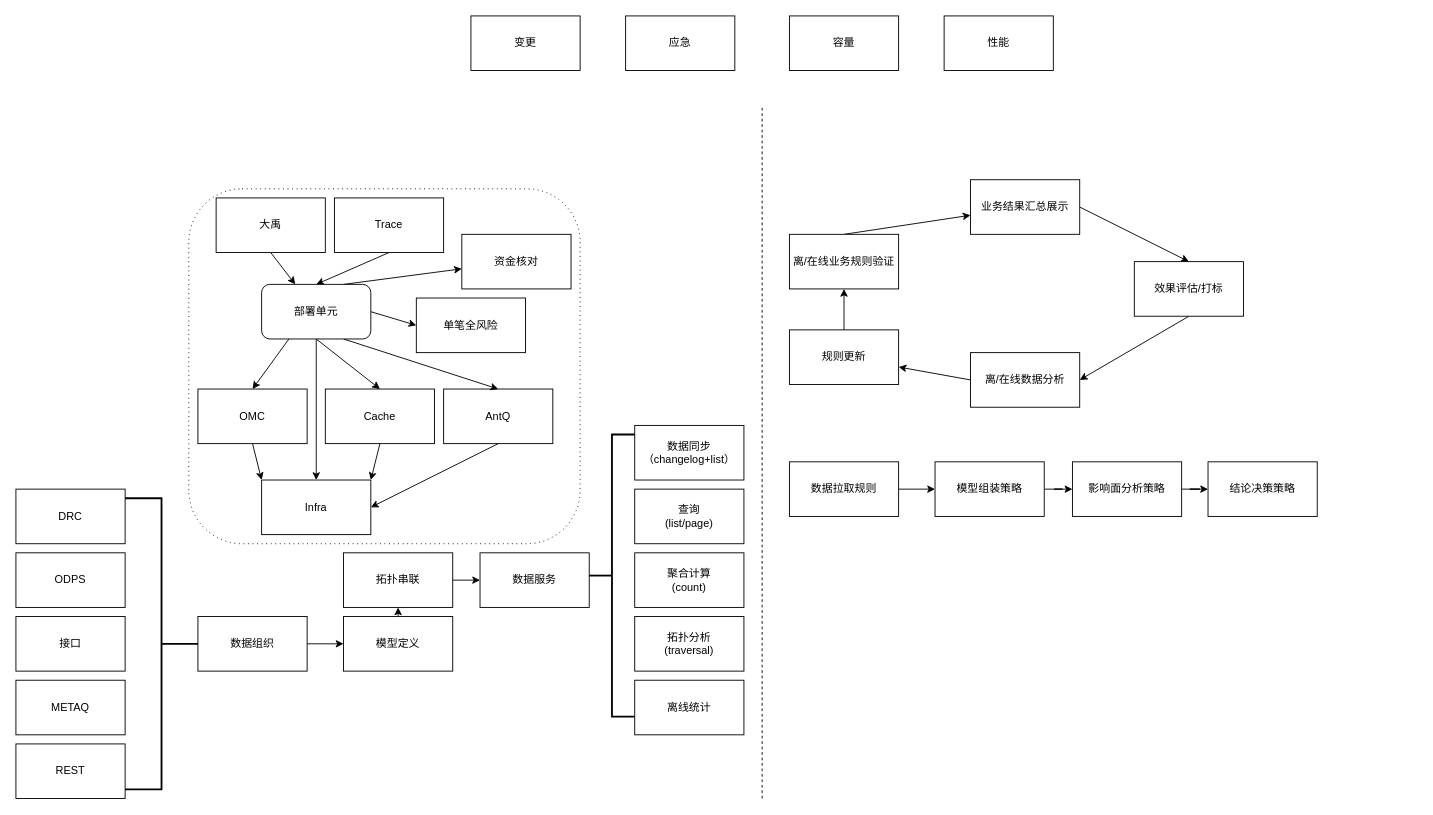
This is 蚂蚁金服/RMC/高可用基线&RMC共建方案.drawio from frankneu/draw.io, a draw.io file, before an edit. Source tidied: cells renumbered, new cells numbered last; positions are measured from the earlier drawing's top-left corner, leaving out a move shared by most shapes. Both pictures are drawn from the tidied source at 91%, with x=0, y=0 at pixel (15, 15).
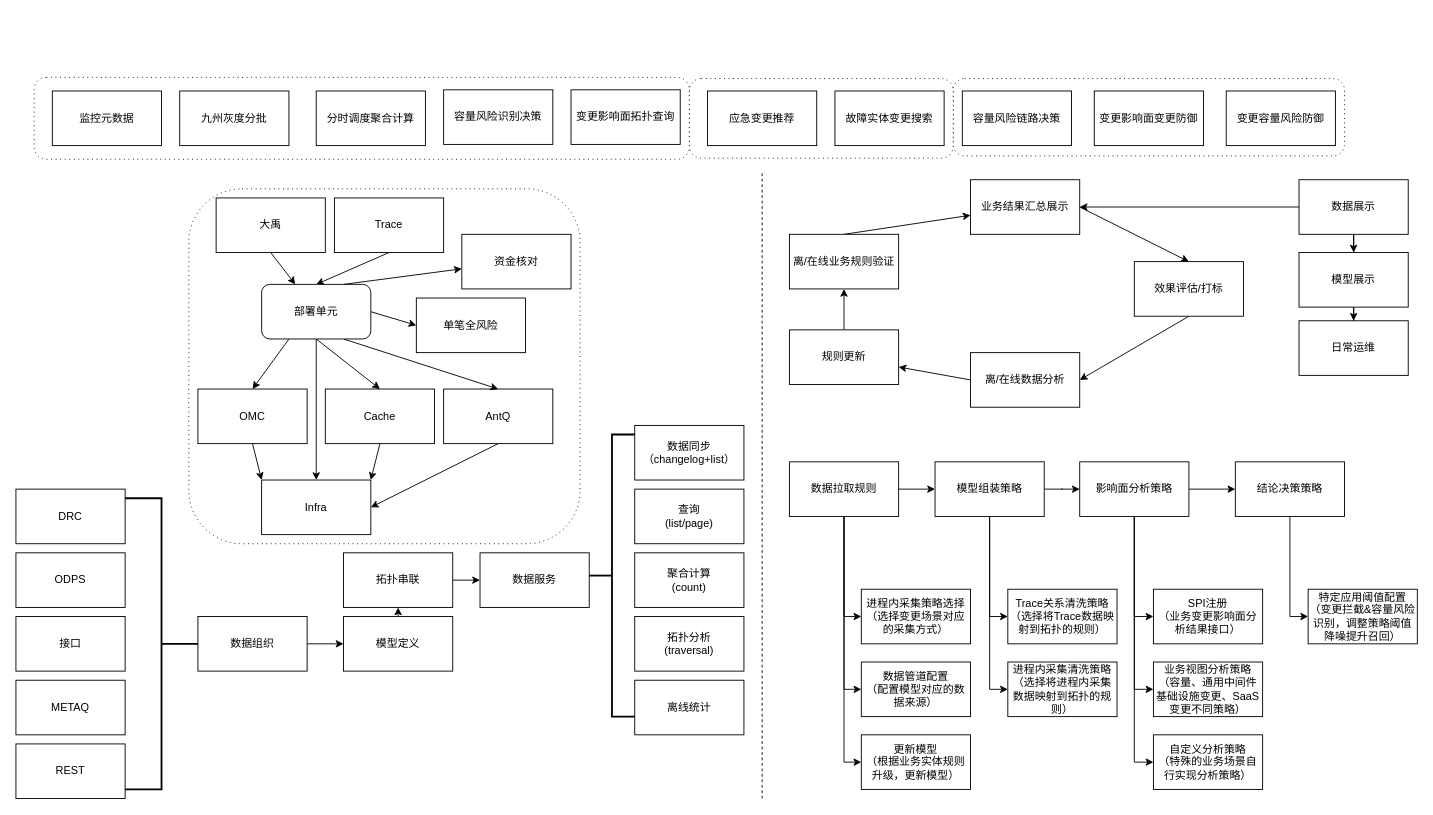
The same diagram, later.

Commit message (it also covers changes not shown here):
Update 高可用基线&RMC共建方案.drawio

Unchanged cells that the change refers to:
```xml
<mxCell id="47" value="业务结果汇总展示" style="rounded=0;whiteSpace=wrap;html=1;" parent="1" vertex="1">
  <mxGeometry x="1049" y="180" width="120" height="60" as="geometry" />
</mxCell>
<mxCell id="55" value="数据拉取规则" style="rounded=0;whiteSpace=wrap;html=1;" parent="1" vertex="1">
  <mxGeometry x="850" y="490" width="120" height="60" as="geometry" />
</mxCell>
<mxCell id="59" value="模型组装策略" style="rounded=0;whiteSpace=wrap;html=1;" parent="1" vertex="1">
  <mxGeometry x="1010" y="490" width="120" height="60" as="geometry" />
</mxCell>
```

The edit, as a diff of the source:
```diff
@@
+    <mxCell id="64" style="shape=ext;rounded=1;html=1;whiteSpace=wrap;dashed=1;dashPattern=1 4;" parent="1" vertex="1">
+      <mxGeometry x="1030" y="68.8" width="430" height="85" as="geometry" />
+    </mxCell>
+    <mxCell id="65" style="shape=ext;rounded=1;html=1;whiteSpace=wrap;dashed=1;dashPattern=1 4;" parent="1" vertex="1">
+      <mxGeometry x="740" y="68.8" width="290" height="87.5" as="geometry" />
+    </mxCell>
+    <mxCell id="66" style="shape=ext;rounded=1;html=1;whiteSpace=wrap;dashed=1;dashPattern=1 4;" parent="1" vertex="1">
+      <mxGeometry x="20" y="67.5" width="720" height="90" as="geometry" />
+    </mxCell>
@@
-    <mxCell id="3" value="变更" style="rounded=0;whiteSpace=wrap;html=1;" parent="1" vertex="1">
-      <mxGeometry x="500" width="120" height="60" as="geometry" />
+    <mxCell id="3" value="变更影响面变更防御" style="rounded=0;whiteSpace=wrap;html=1;" parent="1" vertex="1">
+      <mxGeometry x="1185" y="82.5" width="120" height="60" as="geometry" />
     </mxCell>
@@
     <mxCell id="42" style="endArrow=none;dashed=1;html=1;" parent="1" edge="1">
       <mxGeometry relative="1" as="geometry">
         <mxPoint x="820" y="860" as="sourcePoint" />
-        <mxPoint x="820" y="100" as="targetPoint" />
+        <mxPoint x="820" y="170" as="targetPoint" />
       </mxGeometry>
     </mxCell>
-    <mxCell id="43" value="应急" style="rounded=0;whiteSpace=wrap;html=1;" parent="1" vertex="1">
-      <mxGeometry x="670" width="120" height="60" as="geometry" />
+    <mxCell id="43" value="应急变更推荐" style="rounded=0;whiteSpace=wrap;html=1;" parent="1" vertex="1">
+      <mxGeometry x="760" y="82.5" width="120" height="60" as="geometry" />
     </mxCell>
-    <mxCell id="44" value="容量" style="rounded=0;whiteSpace=wrap;html=1;" parent="1" vertex="1">
-      <mxGeometry x="850" width="120" height="60" as="geometry" />
+    <mxCell id="44" value="容量风险链路决策" style="rounded=0;whiteSpace=wrap;html=1;" parent="1" vertex="1">
+      <mxGeometry x="1040" y="82.5" width="120" height="60" as="geometry" />
     </mxCell>
-    <mxCell id="45" value="性能" style="rounded=0;whiteSpace=wrap;html=1;" parent="1" vertex="1">
-      <mxGeometry x="1020" width="120" height="60" as="geometry" />
-    </mxCell>
@@
+    <mxCell id="67" style="edgeStyle=orthogonalEdgeStyle;rounded=0;jettySize=auto;html=1;exitX=0.5;exitY=1;exitDx=0;exitDy=0;" parent="1" edge="1" source="55" target="76">
+      <mxGeometry relative="1" as="geometry">
+        <Array as="points">
+          <mxPoint x="910" y="660" />
+        </Array>
+      </mxGeometry>
+    </mxCell>
+    <mxCell id="68" style="edgeStyle=orthogonalEdgeStyle;rounded=0;jettySize=auto;html=1;exitX=0.5;exitY=1;exitDx=0;exitDy=0;" parent="1" edge="1" source="55" target="77">
+      <mxGeometry relative="1" as="geometry">
+        <Array as="points">
+          <mxPoint x="910" y="740" />
+        </Array>
+      </mxGeometry>
+    </mxCell>
+    <mxCell id="69" style="edgeStyle=orthogonalEdgeStyle;rounded=0;jettySize=auto;html=1;exitX=0.5;exitY=1;exitDx=0;exitDy=0;" parent="1" edge="1" source="55" target="78">
+      <mxGeometry relative="1" as="geometry">
+        <Array as="points">
+          <mxPoint x="910" y="820" />
+        </Array>
+      </mxGeometry>
+    </mxCell>
@@
+    <mxCell id="70" style="edgeStyle=orthogonalEdgeStyle;rounded=0;jettySize=auto;html=1;exitX=0.5;exitY=1;exitDx=0;exitDy=0;entryX=0;entryY=0.5;entryDx=0;entryDy=0;" parent="1" edge="1" source="59" target="79">
+      <mxGeometry relative="1" as="geometry" />
+    </mxCell>
+    <mxCell id="71" style="edgeStyle=orthogonalEdgeStyle;rounded=0;jettySize=auto;html=1;exitX=0.5;exitY=1;exitDx=0;exitDy=0;entryX=0;entryY=0.5;entryDx=0;entryDy=0;" parent="1" edge="1" source="59" target="80">
+      <mxGeometry relative="1" as="geometry" />
+    </mxCell>
@@
+    <mxCell id="72" style="edgeStyle=orthogonalEdgeStyle;rounded=0;jettySize=auto;html=1;exitX=0.5;exitY=1;exitDx=0;exitDy=0;entryX=0;entryY=0.5;entryDx=0;entryDy=0;" parent="1" edge="1" source="61" target="82">
+      <mxGeometry relative="1" as="geometry" />
+    </mxCell>
+    <mxCell id="73" style="edgeStyle=orthogonalEdgeStyle;rounded=0;jettySize=auto;html=1;exitX=0.5;exitY=1;exitDx=0;exitDy=0;entryX=0;entryY=0.5;entryDx=0;entryDy=0;" parent="1" edge="1" source="61" target="83">
+      <mxGeometry relative="1" as="geometry" />
+    </mxCell>
+    <mxCell id="74" style="edgeStyle=orthogonalEdgeStyle;rounded=0;jettySize=auto;html=1;exitX=0.5;exitY=1;exitDx=0;exitDy=0;entryX=0;entryY=0.5;entryDx=0;entryDy=0;" parent="1" edge="1" source="61" target="81">
+      <mxGeometry relative="1" as="geometry" />
+    </mxCell>
     <mxCell id="61" value="影响面分析策略" style="rounded=0;whiteSpace=wrap;html=1;" parent="1" vertex="1">
-      <mxGeometry x="1161" y="490" width="120" height="60" as="geometry" />
+      <mxGeometry x="1169" y="490" width="120" height="60" as="geometry" />
     </mxCell>
+    <mxCell id="75" style="edgeStyle=orthogonalEdgeStyle;rounded=0;jettySize=auto;html=1;exitX=0.5;exitY=1;exitDx=0;exitDy=0;entryX=0;entryY=0.5;entryDx=0;entryDy=0;" parent="1" edge="1" source="62" target="84">
+      <mxGeometry relative="1" as="geometry" />
+    </mxCell>
     <mxCell id="62" value="结论决策策略" style="rounded=0;whiteSpace=wrap;html=1;" parent="1" vertex="1">
-      <mxGeometry x="1310" y="490" width="120" height="60" as="geometry" />
+      <mxGeometry x="1340" y="490" width="120" height="60" as="geometry" />
     </mxCell>
@@
+    <mxCell id="76" value="进程内采集策略选择&lt;br&gt;（选择变更场景对应的采集方式）" style="rounded=0;whiteSpace=wrap;html=1;" parent="1" vertex="1">
+      <mxGeometry x="929" y="630" width="120" height="60" as="geometry" />
+    </mxCell>
+    <mxCell id="77" value="数据管道配置&lt;br&gt;（配置模型对应的数据来源）" style="rounded=0;whiteSpace=wrap;html=1;" parent="1" vertex="1">
+      <mxGeometry x="929" y="710" width="120" height="60" as="geometry" />
+    </mxCell>
+    <mxCell id="78" value="更新模型&lt;br&gt;（根据业务实体规则升级，更新模型）" style="rounded=0;whiteSpace=wrap;html=1;" parent="1" vertex="1">
+      <mxGeometry x="929" y="790" width="120" height="60" as="geometry" />
+    </mxCell>
+    <mxCell id="79" value="Trace关系清洗策略&lt;br&gt;（选择将Trace数据映射到拓扑的规则）" style="rounded=0;whiteSpace=wrap;html=1;" parent="1" vertex="1">
+      <mxGeometry x="1090" y="630" width="120" height="60" as="geometry" />
+    </mxCell>
+    <mxCell id="80" value="进程内采集清洗策略&lt;br&gt;（选择将进程内采集数据映射到拓扑的规则）" style="rounded=0;whiteSpace=wrap;html=1;" parent="1" vertex="1">
+      <mxGeometry x="1090" y="710" width="120" height="60" as="geometry" />
+    </mxCell>
+    <mxCell id="81" value="SPI注册&lt;br&gt;（业务变更影响面分析结果接口）" style="rounded=0;whiteSpace=wrap;html=1;" parent="1" vertex="1">
+      <mxGeometry x="1250" y="630" width="120" height="60" as="geometry" />
+    </mxCell>
+    <mxCell id="82" value="业务视图分析策略&lt;br&gt;（容量、通用中间件基础设施变更、SaaS变更不同策略）" style="rounded=0;whiteSpace=wrap;html=1;" parent="1" vertex="1">
+      <mxGeometry x="1250" y="710" width="120" height="60" as="geometry" />
+    </mxCell>
+    <mxCell id="83" value="自定义分析策略&lt;br&gt;（特殊的业务场景自行实现分析策略）" style="rounded=0;whiteSpace=wrap;html=1;" parent="1" vertex="1">
+      <mxGeometry x="1250" y="790" width="120" height="60" as="geometry" />
+    </mxCell>
+    <mxCell id="84" value="特定应用阈值配置&lt;br&gt;（变更拦截&amp;amp;容量风险识别，调整策略阈值降噪提升召回）" style="rounded=0;whiteSpace=wrap;html=1;" parent="1" vertex="1">
+      <mxGeometry x="1420" y="630" width="120" height="60" as="geometry" />
+    </mxCell>
+    <mxCell id="85" value="变更容量风险防御" style="rounded=0;whiteSpace=wrap;html=1;" parent="1" vertex="1">
+      <mxGeometry x="1330" y="82.5" width="120" height="60" as="geometry" />
+    </mxCell>
+    <mxCell id="86" value="故障实体变更搜索" style="rounded=0;whiteSpace=wrap;html=1;" parent="1" vertex="1">
+      <mxGeometry x="900" y="82.5" width="120" height="60" as="geometry" />
+    </mxCell>
+    <mxCell id="87" style="edgeStyle=orthogonalEdgeStyle;rounded=0;jettySize=auto;html=1;" parent="1" edge="1" source="89" target="91">
+      <mxGeometry relative="1" as="geometry" />
+    </mxCell>
+    <mxCell id="88" style="edgeStyle=orthogonalEdgeStyle;rounded=0;jettySize=auto;html=1;exitX=0;exitY=0.5;exitDx=0;exitDy=0;entryX=1;entryY=0.5;entryDx=0;entryDy=0;" parent="1" edge="1" source="89" target="47">
+      <mxGeometry relative="1" as="geometry" />
+    </mxCell>
+    <mxCell id="89" value="数据展示" style="rounded=0;whiteSpace=wrap;html=1;" parent="1" vertex="1">
+      <mxGeometry x="1410" y="180" width="120" height="60" as="geometry" />
+    </mxCell>
+    <mxCell id="90" style="edgeStyle=orthogonalEdgeStyle;rounded=0;jettySize=auto;html=1;" parent="1" edge="1" source="91" target="92">
+      <mxGeometry relative="1" as="geometry" />
+    </mxCell>
+    <mxCell id="91" value="模型展示" style="rounded=0;whiteSpace=wrap;html=1;" parent="1" vertex="1">
+      <mxGeometry x="1410" y="260" width="120" height="60" as="geometry" />
+    </mxCell>
+    <mxCell id="92" value="日常运维" style="rounded=0;whiteSpace=wrap;html=1;" parent="1" vertex="1">
+      <mxGeometry x="1410" y="335" width="120" height="60" as="geometry" />
+    </mxCell>
+    <mxCell id="93" value="监控元数据" style="rounded=0;whiteSpace=wrap;html=1;" parent="1" vertex="1">
+      <mxGeometry x="40" y="82.5" width="120" height="60" as="geometry" />
+    </mxCell>
+    <mxCell id="94" value="九州灰度分批" style="rounded=0;whiteSpace=wrap;html=1;" parent="1" vertex="1">
+      <mxGeometry x="180" y="82.5" width="120" height="60" as="geometry" />
+    </mxCell>
+    <mxCell id="95" value="分时调度聚合计算" style="rounded=0;whiteSpace=wrap;html=1;" parent="1" vertex="1">
+      <mxGeometry x="330" y="82.5" width="120" height="60" as="geometry" />
+    </mxCell>
+    <mxCell id="96" value="容量风险识别决策" style="rounded=0;whiteSpace=wrap;html=1;" parent="1" vertex="1">
+      <mxGeometry x="470" y="81.2" width="120" height="60" as="geometry" />
+    </mxCell>
+    <mxCell id="97" value="变更影响面拓扑查询" style="rounded=0;whiteSpace=wrap;html=1;" parent="1" vertex="1">
+      <mxGeometry x="610" y="81.2" width="120" height="60" as="geometry" />
+    </mxCell>
```
